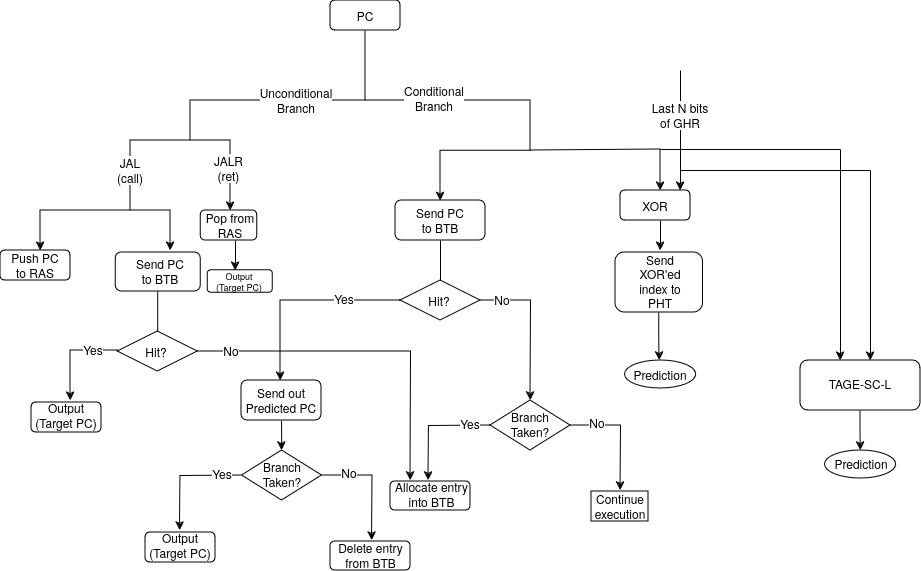
This is docs/bpu_design_document/media/bpu_process_flowchart.png from riscv-software-src/riscv-perf-model, a draw.io export, as it was before one commit. Source tidied: cells renumbered, new cells last; positions are measured from the earlier drawing's top-left corner, leaving out a move shared by most shapes. Source of this version:
```xml
<mxGraphModel background="#ffffff">
  <root>
    <mxCell id="0" />
    <mxCell id="1" parent="0" />
    <mxCell id="2" style="edgeStyle=orthogonalEdgeStyle;rounded=0;orthogonalLoop=1;jettySize=auto;html=1;" parent="1" edge="1">
      <mxGeometry relative="1" as="geometry">
        <mxPoint x="365" y="30" as="sourcePoint" />
        <mxPoint x="40" y="250" as="targetPoint" />
        <Array as="points">
          <mxPoint x="365" y="100" />
          <mxPoint x="190" y="100" />
          <mxPoint x="190" y="140" />
          <mxPoint x="130" y="140" />
          <mxPoint x="130" y="210" />
        </Array>
      </mxGeometry>
    </mxCell>
    <mxCell id="3" style="rounded=1;whiteSpace=wrap;html=1;" parent="1" vertex="1">
      <mxGeometry x="330" width="70" height="30" as="geometry" />
    </mxCell>
    <mxCell id="4" value="PC" style="text;html=1;align=center;verticalAlign=middle;whiteSpace=wrap;rounded=0;" parent="1" vertex="1">
      <mxGeometry x="335" width="60" height="30" as="geometry" />
    </mxCell>
    <mxCell id="5" style="endArrow=classic;html=1;rounded=0;" parent="1" edge="1">
      <mxGeometry relative="1" as="geometry">
        <mxPoint x="365" y="100" as="sourcePoint" />
        <mxPoint x="440" y="200.2" as="targetPoint" />
        <Array as="points">
          <mxPoint x="530" y="100" />
          <mxPoint x="530" y="150.2" />
          <mxPoint x="440" y="150.2" />
        </Array>
      </mxGeometry>
    </mxCell>
    <mxCell id="6" value="&lt;div&gt;Conditional&lt;/div&gt;&lt;div&gt;Branch&lt;/div&gt;" style="text;html=1;align=center;verticalAlign=middle;whiteSpace=wrap;rounded=0;labelBackgroundColor=default;" parent="1" vertex="1">
      <mxGeometry x="409" y="88" width="50" height="20" as="geometry" />
    </mxCell>
    <mxCell id="7" value="&lt;div&gt;Unconditional&lt;/div&gt;&lt;div&gt;Branch&lt;br&gt;&lt;/div&gt;" style="text;html=1;align=center;verticalAlign=middle;whiteSpace=wrap;rounded=0;labelBackgroundColor=default;" parent="1" vertex="1">
      <mxGeometry x="266" y="90" width="60" height="19" as="geometry" />
    </mxCell>
    <mxCell id="8" style="endArrow=classic;html=1;rounded=0;" parent="1" edge="1">
      <mxGeometry relative="1" as="geometry">
        <mxPoint x="190" y="140" as="sourcePoint" />
        <mxPoint x="230" y="210" as="targetPoint" />
        <Array as="points">
          <mxPoint x="230" y="140" />
        </Array>
      </mxGeometry>
    </mxCell>
    <mxCell id="9" value="&lt;div&gt;JAL&lt;/div&gt;&lt;div&gt;(call)&lt;br&gt;&lt;/div&gt;" style="text;html=1;align=center;verticalAlign=middle;whiteSpace=wrap;rounded=0;labelBackgroundColor=default;" parent="1" vertex="1">
      <mxGeometry x="110" y="158.5" width="40" height="22" as="geometry" />
    </mxCell>
    <mxCell id="10" value="&lt;div&gt;JALR&lt;/div&gt;&lt;div&gt;(ret)&lt;br&gt;&lt;/div&gt;" style="text;html=1;align=center;verticalAlign=middle;whiteSpace=wrap;rounded=0;labelBackgroundColor=default;" parent="1" vertex="1">
      <mxGeometry x="213" y="158.5" width="31" height="18.5" as="geometry" />
    </mxCell>
    <mxCell id="11" style="rounded=1;whiteSpace=wrap;html=1;" parent="1" vertex="1">
      <mxGeometry y="250" width="70" height="30" as="geometry" />
    </mxCell>
    <mxCell id="12" value="Push PC to RAS" style="text;html=1;align=center;verticalAlign=middle;whiteSpace=wrap;rounded=0;" parent="1" vertex="1">
      <mxGeometry x="5" y="250" width="60" height="30" as="geometry" />
    </mxCell>
    <mxCell id="13" style="rounded=1;whiteSpace=wrap;html=1;" parent="1" vertex="1">
      <mxGeometry x="200.2" y="210" width="56.5" height="30" as="geometry" />
    </mxCell>
    <mxCell id="14" value="Pop from RAS" style="text;html=1;align=center;verticalAlign=middle;whiteSpace=wrap;rounded=0;" parent="1" vertex="1">
      <mxGeometry x="200.2" y="210" width="59.8" height="30" as="geometry" />
    </mxCell>
    <mxCell id="15" style="endArrow=classic;html=1;rounded=0;" parent="1" edge="1">
      <mxGeometry relative="1" as="geometry">
        <mxPoint x="235" y="240" as="sourcePoint" />
        <mxPoint x="235" y="270" as="targetPoint" />
      </mxGeometry>
    </mxCell>
    <mxCell id="16" style="rounded=1;whiteSpace=wrap;html=1;" parent="1" vertex="1">
      <mxGeometry x="395" y="200" width="90" height="40" as="geometry" />
    </mxCell>
    <mxCell id="17" value="Send PC to BTB" style="text;html=1;align=center;verticalAlign=middle;whiteSpace=wrap;rounded=0;" parent="1" vertex="1">
      <mxGeometry x="410" y="205" width="60" height="30" as="geometry" />
    </mxCell>
    <mxCell id="18" style="endArrow=classic;html=1;rounded=0;" parent="1" edge="1">
      <mxGeometry relative="1" as="geometry">
        <mxPoint x="530" y="150" as="sourcePoint" />
        <mxPoint x="660" y="190" as="targetPoint" />
        <Array as="points">
          <mxPoint x="660" y="149" />
        </Array>
      </mxGeometry>
    </mxCell>
    <mxCell id="19" style="rounded=1;whiteSpace=wrap;html=1;" parent="1" vertex="1">
      <mxGeometry x="620" y="190" width="70" height="30" as="geometry" />
    </mxCell>
    <mxCell id="20" value="XOR" style="text;html=1;align=center;verticalAlign=middle;whiteSpace=wrap;rounded=0;" parent="1" vertex="1">
      <mxGeometry x="625" y="190" width="60" height="30" as="geometry" />
    </mxCell>
    <mxCell id="21" style="endArrow=classic;html=1;rounded=0;entryX=0.917;entryY=0;entryDx=0;entryDy=0;entryPerimeter=0;" parent="1" edge="1" target="20">
      <mxGeometry relative="1" as="geometry">
        <mxPoint x="680" y="70" as="sourcePoint" />
      </mxGeometry>
    </mxCell>
    <mxCell id="22" value="Last N bits of GHR" style="text;html=1;align=center;verticalAlign=middle;whiteSpace=wrap;rounded=0;labelBackgroundColor=default;" parent="1" vertex="1">
      <mxGeometry x="650" y="100" width="60" height="30" as="geometry" />
    </mxCell>
    <mxCell id="23" style="endArrow=classic;html=1;rounded=0;" parent="1" edge="1">
      <mxGeometry relative="1" as="geometry">
        <mxPoint x="660" y="220" as="sourcePoint" />
        <mxPoint x="660" y="250" as="targetPoint" />
      </mxGeometry>
    </mxCell>
    <mxCell id="24" style="edgeStyle=orthogonalEdgeStyle;rounded=0;jettySize=auto;html=1;" parent="1" edge="1" source="25">
      <mxGeometry relative="1" as="geometry">
        <mxPoint x="659" y="360" as="targetPoint" />
      </mxGeometry>
    </mxCell>
    <mxCell id="25" style="rounded=1;whiteSpace=wrap;html=1;" parent="1" vertex="1">
      <mxGeometry x="615" y="252" width="87.5" height="60" as="geometry" />
    </mxCell>
    <mxCell id="26" value="Send XOR'ed index to PHT" style="text;html=1;align=center;verticalAlign=middle;whiteSpace=wrap;rounded=0;" parent="1" vertex="1">
      <mxGeometry x="630" y="262" width="60" height="38" as="geometry" />
    </mxCell>
    <mxCell id="27" style="endArrow=none;html=1;rounded=0;" parent="1" edge="1">
      <mxGeometry relative="1" as="geometry">
        <mxPoint x="440" y="280" as="sourcePoint" />
        <mxPoint x="440" y="240" as="targetPoint" />
      </mxGeometry>
    </mxCell>
    <mxCell id="28" style="edgeStyle=orthogonalEdgeStyle;rounded=0;jettySize=auto;html=1;exitX=1;exitY=0.5;exitDx=0;exitDy=0;" parent="1" edge="1" source="30">
      <mxGeometry relative="1" as="geometry">
        <mxPoint x="530" y="400" as="targetPoint" />
      </mxGeometry>
    </mxCell>
    <mxCell id="29" style="edgeStyle=orthogonalEdgeStyle;rounded=0;jettySize=auto;html=1;exitX=0;exitY=0.5;exitDx=0;exitDy=0;" parent="1" edge="1" source="30">
      <mxGeometry relative="1" as="geometry">
        <mxPoint x="280" y="380" as="targetPoint" />
        <Array as="points">
          <mxPoint x="280" y="300" />
        </Array>
      </mxGeometry>
    </mxCell>
    <mxCell id="30" style="rhombus;whiteSpace=wrap;html=1;" parent="1" vertex="1">
      <mxGeometry x="400" y="280" width="80" height="40" as="geometry" />
    </mxCell>
    <mxCell id="31" value="Hit?" style="text;html=1;align=center;verticalAlign=middle;whiteSpace=wrap;rounded=0;" parent="1" vertex="1">
      <mxGeometry x="409" y="285" width="60" height="30" as="geometry" />
    </mxCell>
    <mxCell id="32" style="ellipse;whiteSpace=wrap;html=1;" parent="1" vertex="1">
      <mxGeometry x="624.4" y="360" width="71.2" height="28" as="geometry" />
    </mxCell>
    <mxCell id="33" value="Prediction" style="text;html=1;align=center;verticalAlign=middle;whiteSpace=wrap;rounded=0;" parent="1" vertex="1">
      <mxGeometry x="630" y="359" width="60" height="30" as="geometry" />
    </mxCell>
    <mxCell id="34" value="Yes" style="text;html=1;align=center;verticalAlign=middle;whiteSpace=wrap;rounded=0;labelBackgroundColor=default;" parent="1" vertex="1">
      <mxGeometry x="314" y="283" width="60" height="30" as="geometry" />
    </mxCell>
    <mxCell id="35" value="No" style="text;html=1;align=center;verticalAlign=middle;whiteSpace=wrap;rounded=0;labelBackgroundColor=default;" parent="1" vertex="1">
      <mxGeometry x="472" y="284" width="60" height="30" as="geometry" />
    </mxCell>
    <mxCell id="36" style="edgeStyle=orthogonalEdgeStyle;rounded=0;jettySize=auto;html=1;exitX=0.5;exitY=1;exitDx=0;exitDy=0;" parent="1" edge="1" source="37">
      <mxGeometry relative="1" as="geometry">
        <mxPoint x="281.3" y="450" as="targetPoint" />
      </mxGeometry>
    </mxCell>
    <mxCell id="37" style="rounded=1;whiteSpace=wrap;html=1;" parent="1" vertex="1">
      <mxGeometry x="241" y="380" width="80" height="40" as="geometry" />
    </mxCell>
    <mxCell id="38" value="Send out Predicted PC" style="text;html=1;align=center;verticalAlign=middle;whiteSpace=wrap;rounded=0;" parent="1" vertex="1">
      <mxGeometry x="236" y="385" width="90" height="30" as="geometry" />
    </mxCell>
    <mxCell id="39" style="edgeStyle=orthogonalEdgeStyle;rounded=0;jettySize=auto;html=1;exitX=1;exitY=0.5;exitDx=0;exitDy=0;" parent="1" edge="1" source="40">
      <mxGeometry relative="1" as="geometry">
        <mxPoint x="620" y="490" as="targetPoint" />
      </mxGeometry>
    </mxCell>
    <mxCell id="40" style="rhombus;whiteSpace=wrap;html=1;" parent="1" vertex="1">
      <mxGeometry x="490" y="400" width="80" height="50" as="geometry" />
    </mxCell>
    <mxCell id="41" style="edgeStyle=orthogonalEdgeStyle;rounded=0;orthogonalLoop=1;jettySize=auto;html=1;" parent="1" edge="1">
      <mxGeometry relative="1" as="geometry">
        <mxPoint x="490" y="425" as="sourcePoint" />
        <mxPoint x="428" y="480" as="targetPoint" />
      </mxGeometry>
    </mxCell>
    <mxCell id="42" value="Branch Taken?" style="text;html=1;align=center;verticalAlign=middle;whiteSpace=wrap;rounded=0;" parent="1" vertex="1">
      <mxGeometry x="500" y="409" width="60" height="30" as="geometry" />
    </mxCell>
    <mxCell id="43" value="Yes" style="text;html=1;align=center;verticalAlign=middle;whiteSpace=wrap;rounded=0;labelBackgroundColor=default;" parent="1" vertex="1">
      <mxGeometry x="440" y="408" width="60" height="30" as="geometry" />
    </mxCell>
    <mxCell id="44" value="No" style="text;html=1;align=center;verticalAlign=middle;whiteSpace=wrap;rounded=0;labelBackgroundColor=default;" parent="1" vertex="1">
      <mxGeometry x="567" y="407" width="60" height="30" as="geometry" />
    </mxCell>
    <mxCell id="45" value="Continue execution" style="text;html=1;align=center;verticalAlign=middle;whiteSpace=wrap;rounded=0;labelBorderColor=default;" parent="1" vertex="1">
      <mxGeometry x="590" y="491" width="60" height="30" as="geometry" />
    </mxCell>
    <mxCell id="46" style="rounded=1;whiteSpace=wrap;html=1;" parent="1" vertex="1">
      <mxGeometry x="390" y="481" width="80" height="29" as="geometry" />
    </mxCell>
    <mxCell id="47" value="Allocate entry into BTB " style="text;html=1;align=center;verticalAlign=middle;whiteSpace=wrap;rounded=0;" parent="1" vertex="1">
      <mxGeometry x="394" y="481.5" width="75" height="24" as="geometry" />
    </mxCell>
    <mxCell id="48" style="edgeStyle=orthogonalEdgeStyle;rounded=0;jettySize=auto;html=1;exitX=1;exitY=0.5;exitDx=0;exitDy=0;" parent="1" edge="1" source="49">
      <mxGeometry relative="1" as="geometry">
        <mxPoint x="371.5" y="540" as="targetPoint" />
      </mxGeometry>
    </mxCell>
    <mxCell id="49" style="rhombus;whiteSpace=wrap;html=1;" parent="1" vertex="1">
      <mxGeometry x="241.5" y="450" width="80" height="50" as="geometry" />
    </mxCell>
    <mxCell id="50" style="edgeStyle=orthogonalEdgeStyle;rounded=0;orthogonalLoop=1;jettySize=auto;html=1;" parent="1" edge="1">
      <mxGeometry relative="1" as="geometry">
        <mxPoint x="241.5" y="475" as="sourcePoint" />
        <mxPoint x="179.5" y="530" as="targetPoint" />
      </mxGeometry>
    </mxCell>
    <mxCell id="51" value="Branch Taken?" style="text;html=1;align=center;verticalAlign=middle;whiteSpace=wrap;rounded=0;" parent="1" vertex="1">
      <mxGeometry x="251.5" y="459" width="60" height="30" as="geometry" />
    </mxCell>
    <mxCell id="52" value="Yes" style="text;html=1;align=center;verticalAlign=middle;whiteSpace=wrap;rounded=0;labelBackgroundColor=default;" parent="1" vertex="1">
      <mxGeometry x="191.5" y="458" width="60" height="30" as="geometry" />
    </mxCell>
    <mxCell id="53" value="No" style="text;html=1;align=center;verticalAlign=middle;whiteSpace=wrap;rounded=0;labelBackgroundColor=default;" parent="1" vertex="1">
      <mxGeometry x="318.5" y="457" width="60" height="30" as="geometry" />
    </mxCell>
    <mxCell id="54" style="rounded=1;whiteSpace=wrap;html=1;" parent="1" vertex="1">
      <mxGeometry x="330" y="541" width="80" height="29" as="geometry" />
    </mxCell>
    <mxCell id="55" value="Delete entry from BTB " style="text;html=1;align=center;verticalAlign=middle;whiteSpace=wrap;rounded=0;" parent="1" vertex="1">
      <mxGeometry x="333" y="543" width="75" height="24" as="geometry" />
    </mxCell>
    <mxCell id="56" style="endArrow=none;html=1;rounded=0;" parent="1" edge="1">
      <mxGeometry relative="1" as="geometry">
        <mxPoint x="660" y="149" as="sourcePoint" />
        <mxPoint x="840" y="149" as="targetPoint" />
      </mxGeometry>
    </mxCell>
    <mxCell id="57" style="endArrow=none;html=1;rounded=0;" parent="1" edge="1">
      <mxGeometry relative="1" as="geometry">
        <mxPoint x="680" y="170" as="sourcePoint" />
        <mxPoint x="870" y="170" as="targetPoint" />
      </mxGeometry>
    </mxCell>
    <mxCell id="58" style="endArrow=classic;html=1;rounded=0;" parent="1" edge="1">
      <mxGeometry relative="1" as="geometry">
        <mxPoint x="840" y="149" as="sourcePoint" />
        <mxPoint x="840" y="360" as="targetPoint" />
      </mxGeometry>
    </mxCell>
    <mxCell id="59" style="endArrow=classic;html=1;rounded=0;" parent="1" edge="1">
      <mxGeometry relative="1" as="geometry">
        <mxPoint x="870" y="170" as="sourcePoint" />
        <mxPoint x="870" y="360" as="targetPoint" />
      </mxGeometry>
    </mxCell>
    <mxCell id="60" style="edgeStyle=orthogonalEdgeStyle;rounded=0;jettySize=auto;html=1;exitX=0.5;exitY=1;exitDx=0;exitDy=0;" parent="1" edge="1" source="61">
      <mxGeometry relative="1" as="geometry">
        <mxPoint x="860.2" y="450" as="targetPoint" />
      </mxGeometry>
    </mxCell>
    <mxCell id="61" style="rounded=1;whiteSpace=wrap;html=1;" parent="1" vertex="1">
      <mxGeometry x="800" y="360" width="120" height="50" as="geometry" />
    </mxCell>
    <mxCell id="62" value="TAGE-SC-L" style="text;html=1;align=center;verticalAlign=middle;whiteSpace=wrap;rounded=0;" parent="1" vertex="1">
      <mxGeometry x="820" y="368" width="80" height="30" as="geometry" />
    </mxCell>
    <mxCell id="63" style="ellipse;whiteSpace=wrap;html=1;" parent="1" vertex="1">
      <mxGeometry x="824.4" y="450" width="71.2" height="28" as="geometry" />
    </mxCell>
    <mxCell id="64" value="Prediction" style="text;html=1;align=center;verticalAlign=middle;whiteSpace=wrap;rounded=0;" parent="1" vertex="1">
      <mxGeometry x="831" y="448" width="60" height="30" as="geometry" />
    </mxCell>
    <mxCell id="65" style="endArrow=classic;html=1;rounded=0;" parent="1" edge="1">
      <mxGeometry relative="1" as="geometry">
        <mxPoint x="130" y="210" as="sourcePoint" />
        <mxPoint x="170" y="250" as="targetPoint" />
        <Array as="points">
          <mxPoint x="170" y="210" />
        </Array>
      </mxGeometry>
    </mxCell>
    <mxCell id="66" style="rounded=1;whiteSpace=wrap;html=1;" parent="1" vertex="1">
      <mxGeometry x="115.2" y="252" width="85" height="39" as="geometry" />
    </mxCell>
    <mxCell id="67" value="Send PC to BTB" style="text;html=1;align=center;verticalAlign=middle;whiteSpace=wrap;rounded=0;" parent="1" vertex="1">
      <mxGeometry x="130.2" y="256" width="60" height="30" as="geometry" />
    </mxCell>
    <mxCell id="68" style="endArrow=none;html=1;rounded=0;" parent="1" edge="1">
      <mxGeometry relative="1" as="geometry">
        <mxPoint x="157.2" y="331" as="sourcePoint" />
        <mxPoint x="157.2" y="291" as="targetPoint" />
      </mxGeometry>
    </mxCell>
    <mxCell id="69" style="edgeStyle=orthogonalEdgeStyle;rounded=0;jettySize=auto;html=1;exitX=1;exitY=0.5;exitDx=0;exitDy=0;" parent="1" edge="1" source="71">
      <mxGeometry relative="1" as="geometry">
        <mxPoint x="410" y="480" as="targetPoint" />
      </mxGeometry>
    </mxCell>
    <mxCell id="70" style="edgeStyle=orthogonalEdgeStyle;rounded=0;jettySize=auto;html=1;exitX=0;exitY=0.5;exitDx=0;exitDy=0;" parent="1" edge="1" source="71">
      <mxGeometry relative="1" as="geometry">
        <mxPoint x="70" y="400" as="targetPoint" />
        <Array as="points">
          <mxPoint x="70" y="350" />
          <mxPoint y="350" />
        </Array>
      </mxGeometry>
    </mxCell>
    <mxCell id="71" style="rhombus;whiteSpace=wrap;html=1;" parent="1" vertex="1">
      <mxGeometry x="117.2" y="331" width="80" height="40" as="geometry" />
    </mxCell>
    <mxCell id="72" value="Hit?" style="text;html=1;align=center;verticalAlign=middle;whiteSpace=wrap;rounded=0;" parent="1" vertex="1">
      <mxGeometry x="126.2" y="336" width="60" height="30" as="geometry" />
    </mxCell>
    <mxCell id="73" value="Yes" style="text;html=1;align=center;verticalAlign=middle;whiteSpace=wrap;rounded=0;labelBackgroundColor=default;" parent="1" vertex="1">
      <mxGeometry x="63.2" y="334" width="60" height="30" as="geometry" />
    </mxCell>
    <mxCell id="74" value="No" style="text;html=1;align=center;verticalAlign=middle;whiteSpace=wrap;rounded=0;labelBackgroundColor=default;" parent="1" vertex="1">
      <mxGeometry x="201" y="335" width="60" height="30" as="geometry" />
    </mxCell>
    <mxCell id="75" style="rounded=1;whiteSpace=wrap;html=1;" parent="1" vertex="1">
      <mxGeometry x="31" y="402" width="70" height="30" as="geometry" />
    </mxCell>
    <mxCell id="76" value="&lt;div&gt;Output&lt;/div&gt;&lt;div&gt;(Target PC)&lt;br&gt;&lt;/div&gt;" style="text;html=1;align=center;verticalAlign=middle;whiteSpace=wrap;rounded=0;" parent="1" vertex="1">
      <mxGeometry x="26" y="400" width="80" height="30" as="geometry" />
    </mxCell>
    <mxCell id="77" style="rounded=1;whiteSpace=wrap;html=1;" parent="1" vertex="1">
      <mxGeometry x="145" y="532" width="70" height="30" as="geometry" />
    </mxCell>
    <mxCell id="78" value="&lt;div&gt;Output&lt;/div&gt;&lt;div&gt;(Target PC)&lt;br&gt;&lt;/div&gt;" style="text;html=1;align=center;verticalAlign=middle;whiteSpace=wrap;rounded=0;" parent="1" vertex="1">
      <mxGeometry x="140" y="530" width="80" height="30" as="geometry" />
    </mxCell>
    <mxCell id="79" style="rounded=1;whiteSpace=wrap;html=1;" parent="1" vertex="1">
      <mxGeometry x="207.4" y="269.8" width="65" height="22.5" as="geometry" />
    </mxCell>
    <mxCell id="80" value="&lt;div&gt;Output&lt;/div&gt;&lt;div&gt;(Target PC)&lt;br&gt;&lt;/div&gt;" style="text;html=1;align=center;verticalAlign=middle;whiteSpace=wrap;rounded=0;fontSize=9;" parent="1" vertex="1">
      <mxGeometry x="191.5" y="270.8" width="93.8" height="20.2" as="geometry" />
    </mxCell>
  </root>
</mxGraphModel>
```
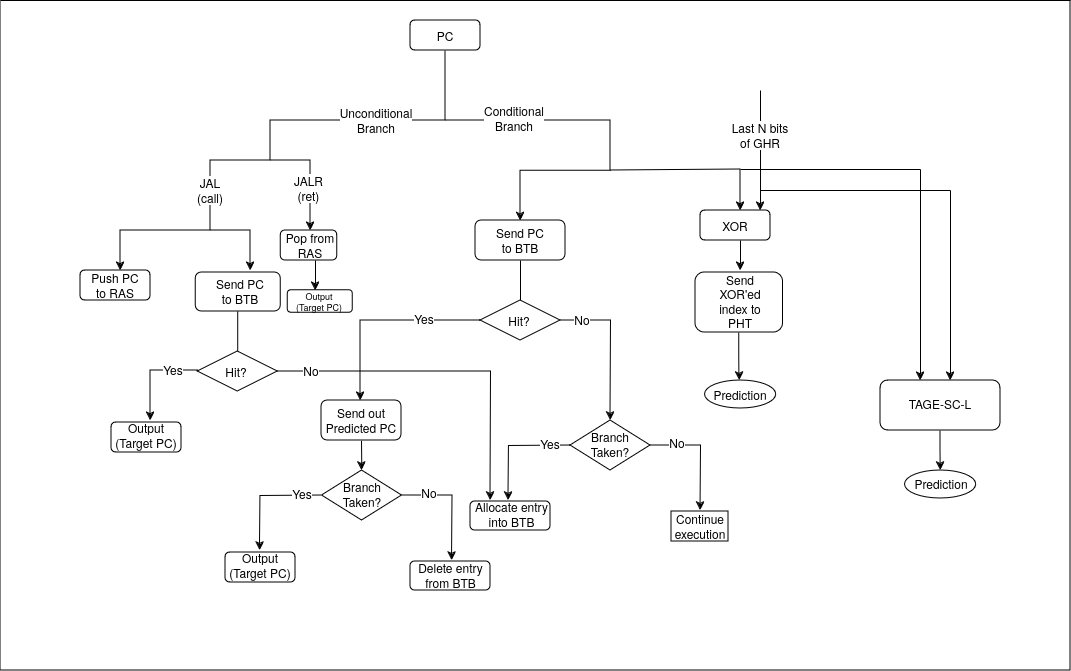
Later version of the same file.

What changed in the source:
```diff
@@ -332,5 +332,8 @@
     <mxCell id="80" value="&lt;div&gt;Output&lt;/div&gt;&lt;div&gt;(Target PC)&lt;br&gt;&lt;/div&gt;" style="text;html=1;align=center;verticalAlign=middle;whiteSpace=wrap;rounded=0;fontSize=9;" parent="1" vertex="1">
       <mxGeometry x="191.5" y="270.8" width="93.8" height="20.2" as="geometry" />
     </mxCell>
+    <mxCell id="81" style="swimlane;startSize=0;" parent="1" vertex="1">
+      <mxGeometry x="-80" y="-20" width="1070" height="670" as="geometry" />
+    </mxCell>
   </root>
 </mxGraphModel>
```
